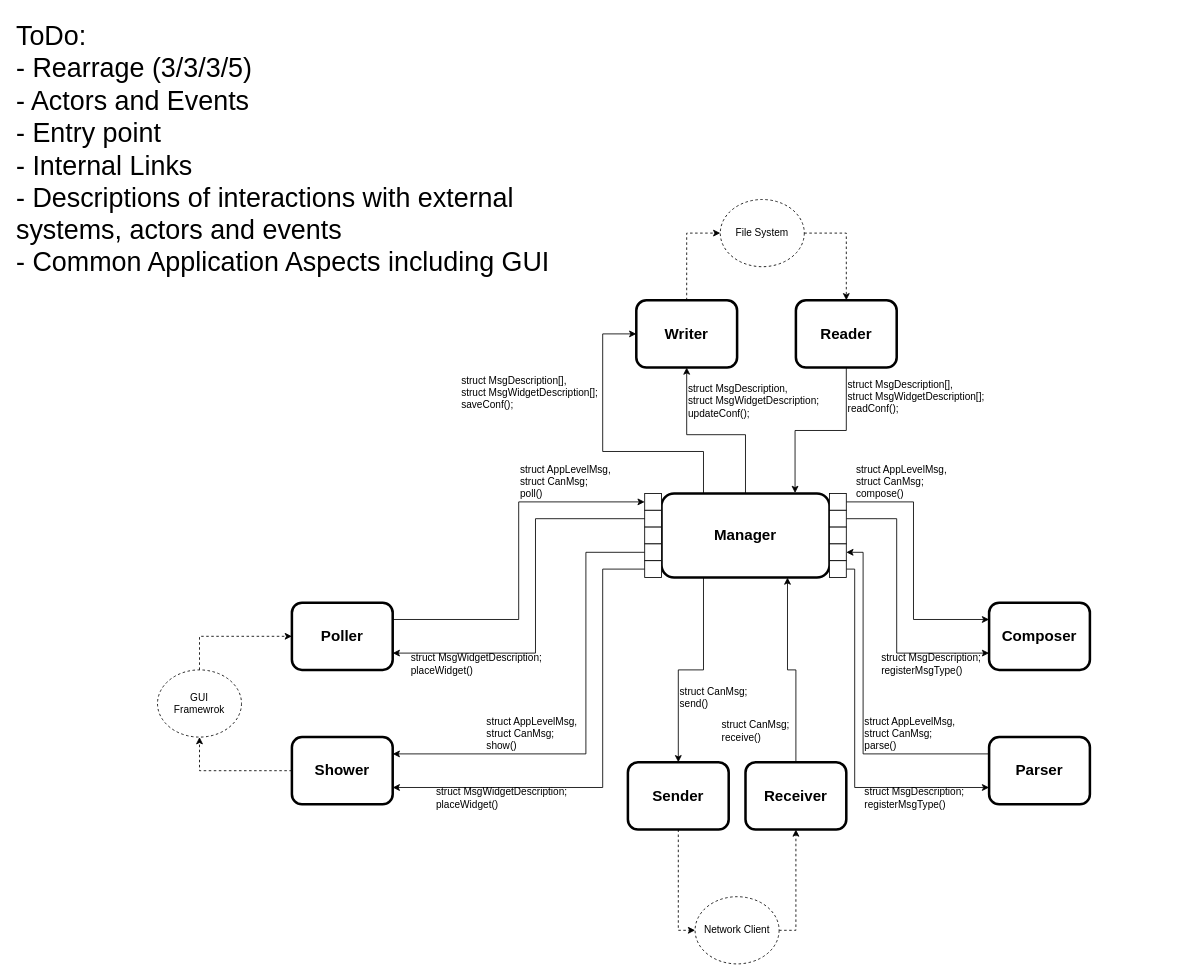
The draw.io diagram system_design/Low Level Diagram.drawio in davarabinovich/can_ciffer, before the edit. Source tidied: cells renumbered, new cells numbered last; positions are measured from the earlier drawing's top-left corner, leaving out a move shared by most shapes. Both pictures are drawn from the tidied source at 84%, with x=0, y=0 at pixel (14, 14).
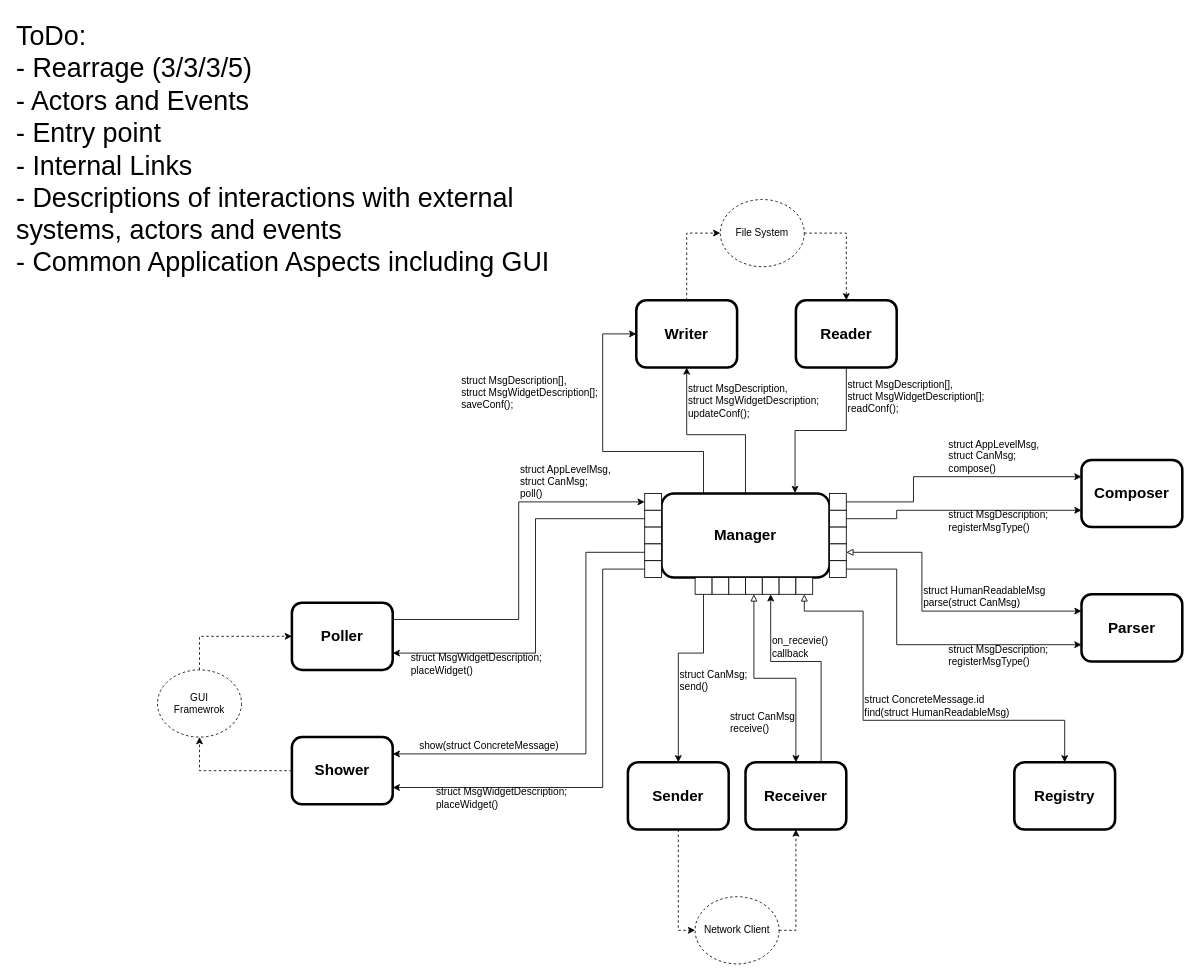
Above is the later version.

Commit message (it also covers changes not shown here):
Use cases list added. HL diagram beatufied. LL in progress.

The change refers to these unchanged cells:
```xml
<mxCell id="3" value="Sender" style="rounded=1;whiteSpace=wrap;html=1;strokeWidth=3;fontSize=18;fontStyle=1;" parent="1" vertex="1">
  <mxGeometry x="730" y="890" width="120" height="80" as="geometry" />
</mxCell>
<mxCell id="5" value="Receiver" style="rounded=1;whiteSpace=wrap;html=1;strokeWidth=3;fontSize=18;fontStyle=1;" parent="1" vertex="1">
  <mxGeometry x="870" y="890" width="120" height="80" as="geometry" />
</mxCell>
<mxCell id="22" value="Manager" style="rounded=1;whiteSpace=wrap;html=1;strokeWidth=3;fontSize=18;fontStyle=1;verticalAlign=middle;" parent="1" vertex="1">
  <mxGeometry x="770" y="570" width="200" height="100" as="geometry" />
</mxCell>
<mxCell id="24" style="rounded=0;whiteSpace=wrap;html=1;" parent="1" vertex="1">
  <mxGeometry x="970" y="570" width="20" height="20" as="geometry" />
</mxCell>
<mxCell id="26" style="rounded=0;whiteSpace=wrap;html=1;" parent="1" vertex="1">
  <mxGeometry x="970" y="590" width="20" height="20" as="geometry" />
</mxCell>
<mxCell id="28" style="rounded=0;whiteSpace=wrap;html=1;" parent="1" vertex="1">
  <mxGeometry x="970" y="630" width="20" height="20" as="geometry" />
</mxCell>
<mxCell id="30" style="rounded=0;whiteSpace=wrap;html=1;" parent="1" vertex="1">
  <mxGeometry x="970" y="650" width="20" height="20" as="geometry" />
</mxCell>
```

The edit, as a diff of the source:
```diff
@@
-    <mxCell id="4" style="edgeStyle=orthogonalEdgeStyle;rounded=0;jettySize=auto;html=1;exitX=0.5;exitY=0;exitDx=0;exitDy=0;entryX=0.75;entryY=1;entryDx=0;entryDy=0;" parent="1" edge="1" source="5" target="22">
+    <mxCell id="4" style="edgeStyle=orthogonalEdgeStyle;rounded=0;jettySize=auto;html=1;exitX=0.5;exitY=0;exitDx=0;exitDy=0;entryX=0.75;entryY=1;entryDx=0;entryDy=0;" parent="1" edge="1" source="64" target="22">
       <mxGeometry relative="1" as="geometry" />
     </mxCell>
+    <mxCell id="57" style="edgeStyle=orthogonalEdgeStyle;rounded=0;jettySize=auto;html=1;exitX=0.75;exitY=0;exitDx=0;exitDy=0;entryX=0.5;entryY=1;entryDx=0;entryDy=0;" parent="1" edge="1" source="5" target="62">
+      <mxGeometry relative="1" as="geometry">
+        <Array as="points">
+          <mxPoint x="960" y="770" />
+          <mxPoint x="900" y="770" />
+        </Array>
+      </mxGeometry>
+    </mxCell>
@@
     <mxCell id="6" value="Composer" style="rounded=1;whiteSpace=wrap;html=1;strokeWidth=3;fontSize=18;fontStyle=1;" parent="1" vertex="1">
-      <mxGeometry x="1160" y="700" width="120" height="80" as="geometry" />
+      <mxGeometry x="1270" y="530" width="120" height="80" as="geometry" />
     </mxCell>
-    <mxCell id="7" style="edgeStyle=orthogonalEdgeStyle;rounded=0;jettySize=auto;html=1;exitX=0;exitY=0.25;exitDx=0;exitDy=0;entryX=1;entryY=0.5;entryDx=0;entryDy=0;" parent="1" edge="1" source="8" target="28">
-      <mxGeometry relative="1" as="geometry">
-        <Array as="points">
-          <mxPoint x="1010" y="880" />
-          <mxPoint x="1010" y="640" />
-        </Array>
-      </mxGeometry>
-    </mxCell>
     <mxCell id="8" value="Parser" style="rounded=1;whiteSpace=wrap;html=1;strokeWidth=3;fontSize=18;fontStyle=1;" parent="1" vertex="1">
-      <mxGeometry x="1160" y="860" width="120" height="80" as="geometry" />
+      <mxGeometry x="1270" y="690" width="120" height="80" as="geometry" />
     </mxCell>
@@
     <mxCell id="17" style="edgeStyle=orthogonalEdgeStyle;rounded=0;jettySize=auto;html=1;entryX=0;entryY=0.25;entryDx=0;entryDy=0;exitX=1;exitY=0.5;exitDx=0;exitDy=0;" parent="1" edge="1" source="24" target="6">
       <mxGeometry relative="1" as="geometry">
         <Array as="points">
           <mxPoint x="1070" y="580" />
-          <mxPoint x="1070" y="720" />
+          <mxPoint x="1070" y="550" />
         </Array>
       </mxGeometry>
     </mxCell>
@@
-    <mxCell id="20" style="edgeStyle=orthogonalEdgeStyle;rounded=0;jettySize=auto;html=1;exitX=0.25;exitY=1;exitDx=0;exitDy=0;entryX=0.5;entryY=0;entryDx=0;entryDy=0;" parent="1" edge="1" source="22" target="3">
-      <mxGeometry relative="1" as="geometry" />
+    <mxCell id="20" style="edgeStyle=orthogonalEdgeStyle;rounded=0;jettySize=auto;html=1;exitX=0.5;exitY=1;exitDx=0;exitDy=0;entryX=0.5;entryY=0;entryDx=0;entryDy=0;" parent="1" edge="1" source="70" target="3">
+      <mxGeometry relative="1" as="geometry">
+        <Array as="points">
+          <mxPoint x="820" y="760" />
+          <mxPoint x="790" y="760" />
+        </Array>
+      </mxGeometry>
     </mxCell>
@@
     <mxCell id="25" style="edgeStyle=orthogonalEdgeStyle;rounded=0;jettySize=auto;html=1;exitX=1;exitY=0.5;exitDx=0;exitDy=0;entryX=0;entryY=0.75;entryDx=0;entryDy=0;" parent="1" edge="1" source="26" target="6">
       <mxGeometry relative="1" as="geometry">
         <Array as="points">
           <mxPoint x="1050" y="600" />
-          <mxPoint x="1050" y="760" />
+          <mxPoint x="1050" y="590" />
         </Array>
       </mxGeometry>
     </mxCell>
@@
+    <mxCell id="58" style="edgeStyle=orthogonalEdgeStyle;rounded=0;jettySize=auto;html=1;entryX=0;entryY=0.25;entryDx=0;entryDy=0;startArrow=block;startFill=0;" parent="1" edge="1" source="28" target="8">
+      <mxGeometry relative="1" as="geometry">
+        <Array as="points">
+          <mxPoint x="1080" y="640" />
+          <mxPoint x="1080" y="710" />
+        </Array>
+      </mxGeometry>
+    </mxCell>
@@
     <mxCell id="29" style="edgeStyle=orthogonalEdgeStyle;rounded=0;jettySize=auto;html=1;exitX=1;exitY=0.5;exitDx=0;exitDy=0;entryX=0;entryY=0.75;entryDx=0;entryDy=0;" parent="1" edge="1" source="30" target="8">
       <mxGeometry relative="1" as="geometry">
         <Array as="points">
-          <mxPoint x="1000" y="660" />
-          <mxPoint x="1000" y="920" />
+          <mxPoint x="1050" y="660" />
+          <mxPoint x="1050" y="750" />
         </Array>
       </mxGeometry>
     </mxCell>
@@
     <mxCell id="31" value="struct AppLevelMsg,&lt;div&gt;struct CanMsg;&lt;/div&gt;&lt;div&gt;&lt;span style=&quot;background-color: initial;&quot;&gt;compose()&lt;/span&gt;&lt;/div&gt;" style="text;html=1;align=left;verticalAlign=bottom;whiteSpace=wrap;rounded=0;" parent="1" vertex="1">
-      <mxGeometry x="1000" y="530" width="120" height="50" as="geometry" />
+      <mxGeometry x="1110" y="500" width="120" height="50" as="geometry" />
     </mxCell>
     <mxCell id="32" value="&lt;div&gt;struct MsgDescription;&lt;br&gt;&lt;/div&gt;&lt;div&gt;&lt;span style=&quot;background-color: initial;&quot;&gt;registerMsgType()&lt;/span&gt;&lt;br&gt;&lt;/div&gt;" style="text;html=1;align=left;verticalAlign=bottom;whiteSpace=wrap;rounded=0;" parent="1" vertex="1">
-      <mxGeometry x="1030" y="760" width="130" height="30" as="geometry" />
+      <mxGeometry x="1110" y="590" width="130" height="30" as="geometry" />
     </mxCell>
-    <mxCell id="33" value="struct AppLevelMsg,&lt;div&gt;struct CanMsg;&lt;/div&gt;&lt;div&gt;&lt;span style=&quot;background-color: initial;&quot;&gt;parse()&lt;/span&gt;&lt;/div&gt;" style="text;html=1;align=left;verticalAlign=bottom;whiteSpace=wrap;rounded=0;" parent="1" vertex="1">
-      <mxGeometry x="1010" y="830" width="120" height="50" as="geometry" />
+    <mxCell id="33" value="struct HumanReadableMsg&lt;div&gt;&lt;span style=&quot;background-color: initial;&quot;&gt;parse(&lt;/span&gt;&lt;span style=&quot;background-color: initial;&quot;&gt;struct CanMsg&lt;/span&gt;&lt;span style=&quot;background-color: initial;&quot;&gt;)&lt;/span&gt;&lt;/div&gt;" style="text;html=1;align=left;verticalAlign=bottom;whiteSpace=wrap;rounded=0;" parent="1" vertex="1">
+      <mxGeometry x="1080" y="680" width="150" height="30" as="geometry" />
     </mxCell>
     <mxCell id="34" value="&lt;div&gt;struct MsgDescription;&lt;br&gt;&lt;/div&gt;&lt;div&gt;&lt;span style=&quot;background-color: initial;&quot;&gt;registerMsgType()&lt;/span&gt;&lt;br&gt;&lt;/div&gt;" style="text;html=1;align=left;verticalAlign=bottom;whiteSpace=wrap;rounded=0;" parent="1" vertex="1">
-      <mxGeometry x="1010" y="920" width="130" height="30" as="geometry" />
+      <mxGeometry x="1110" y="750" width="130" height="30" as="geometry" />
     </mxCell>
@@
-    <mxCell id="44" value="&lt;div&gt;struct AppLevelMsg,&lt;div&gt;struct CanMsg;&lt;/div&gt;&lt;div&gt;&lt;span style=&quot;background-color: initial;&quot;&gt;show()&lt;/span&gt;&lt;/div&gt;&lt;/div&gt;" style="text;html=1;align=left;verticalAlign=bottom;whiteSpace=wrap;rounded=0;" parent="1" vertex="1">
-      <mxGeometry x="560" y="830" width="120" height="50" as="geometry" />
+    <mxCell id="44" value="&lt;div&gt;&lt;span style=&quot;background-color: initial;&quot;&gt;show(&lt;/span&gt;&lt;span style=&quot;background-color: initial;&quot;&gt;struct ConcreteMessage&lt;/span&gt;&lt;span style=&quot;background-color: initial;&quot;&gt;)&lt;/span&gt;&lt;/div&gt;" style="text;html=1;align=left;verticalAlign=bottom;whiteSpace=wrap;rounded=0;" parent="1" vertex="1">
+      <mxGeometry x="480" y="860" width="180" height="20" as="geometry" />
     </mxCell>
@@
     <mxCell id="48" value="&lt;div&gt;struct CanMsg;&lt;/div&gt;&lt;div&gt;&lt;span style=&quot;background-color: initial;&quot;&gt;send()&lt;/span&gt;&lt;/div&gt;" style="text;html=1;align=left;verticalAlign=bottom;whiteSpace=wrap;rounded=0;" parent="1" vertex="1">
-      <mxGeometry x="790" y="800" width="120" height="30" as="geometry" />
+      <mxGeometry x="790" y="780" width="90" height="30" as="geometry" />
     </mxCell>
-    <mxCell id="49" value="&lt;div&gt;struct CanMsg;&lt;/div&gt;&lt;div&gt;&lt;span style=&quot;background-color: initial;&quot;&gt;receive()&lt;/span&gt;&lt;/div&gt;" style="text;html=1;align=left;verticalAlign=bottom;whiteSpace=wrap;rounded=0;" parent="1" vertex="1">
-      <mxGeometry x="840" y="840" width="90" height="30" as="geometry" />
+    <mxCell id="49" value="&lt;div&gt;struct CanMsg&lt;/div&gt;&lt;div&gt;&lt;span style=&quot;background-color: initial;&quot;&gt;receive()&lt;/span&gt;&lt;/div&gt;" style="text;html=1;align=left;verticalAlign=bottom;whiteSpace=wrap;rounded=0;" parent="1" vertex="1">
+      <mxGeometry x="850" y="830" width="80" height="30" as="geometry" />
     </mxCell>
@@
+    <mxCell id="59" value="Registry" style="rounded=1;whiteSpace=wrap;html=1;strokeWidth=3;fontSize=18;fontStyle=1;" parent="1" vertex="1">
+      <mxGeometry x="1190" y="890" width="120" height="80" as="geometry" />
+    </mxCell>
+    <mxCell id="60" style="rounded=0;whiteSpace=wrap;html=1;" parent="1" vertex="1">
+      <mxGeometry x="850" y="670" width="20" height="20" as="geometry" />
+    </mxCell>
+    <mxCell id="61" style="rounded=0;whiteSpace=wrap;html=1;" parent="1" vertex="1">
+      <mxGeometry x="870" y="670" width="20" height="20" as="geometry" />
+    </mxCell>
+    <mxCell id="62" style="rounded=0;whiteSpace=wrap;html=1;" parent="1" vertex="1">
+      <mxGeometry x="890" y="670" width="20" height="20" as="geometry" />
+    </mxCell>
+    <mxCell id="63" style="edgeStyle=orthogonalEdgeStyle;rounded=0;jettySize=auto;html=1;exitX=0.5;exitY=1;exitDx=0;exitDy=0;entryX=0.5;entryY=0;entryDx=0;entryDy=0;startArrow=block;startFill=0;" parent="1" edge="1" source="61" target="5">
+      <mxGeometry relative="1" as="geometry" />
+    </mxCell>
+    <mxCell id="64" style="rounded=0;whiteSpace=wrap;html=1;" parent="1" vertex="1">
+      <mxGeometry x="910" y="670" width="20" height="20" as="geometry" />
+    </mxCell>
+    <mxCell id="65" style="edgeStyle=orthogonalEdgeStyle;rounded=0;jettySize=auto;html=1;exitX=0.5;exitY=1;exitDx=0;exitDy=0;startArrow=block;startFill=0;" parent="1" edge="1" source="66" target="59">
+      <mxGeometry relative="1" as="geometry">
+        <Array as="points">
+          <mxPoint x="940" y="710" />
+          <mxPoint x="1010" y="710" />
+          <mxPoint x="1010" y="840" />
+          <mxPoint x="1250" y="840" />
+        </Array>
+      </mxGeometry>
+    </mxCell>
+    <mxCell id="66" style="rounded=0;whiteSpace=wrap;html=1;" parent="1" vertex="1">
+      <mxGeometry x="930" y="670" width="20" height="20" as="geometry" />
+    </mxCell>
+    <mxCell id="67" value="on_recevie() callback" style="text;html=1;align=left;verticalAlign=bottom;whiteSpace=wrap;rounded=0;" parent="1" vertex="1">
+      <mxGeometry x="900" y="740" width="90" height="30" as="geometry" />
+    </mxCell>
+    <mxCell id="68" style="rounded=0;whiteSpace=wrap;html=1;" parent="1" vertex="1">
+      <mxGeometry x="830" y="670" width="20" height="20" as="geometry" />
+    </mxCell>
+    <mxCell id="69" style="edgeStyle=orthogonalEdgeStyle;rounded=0;jettySize=auto;html=1;exitX=0.25;exitY=1;exitDx=0;exitDy=0;entryX=0.5;entryY=0;entryDx=0;entryDy=0;" parent="1" edge="1" source="22" target="70">
+      <mxGeometry relative="1" as="geometry" />
+    </mxCell>
+    <mxCell id="70" style="rounded=0;whiteSpace=wrap;html=1;" parent="1" vertex="1">
+      <mxGeometry x="810" y="670" width="20" height="20" as="geometry" />
+    </mxCell>
+    <mxCell id="71" value="struct ConcreteMessage.id&lt;div&gt;&lt;span style=&quot;background-color: initial;&quot;&gt;find(&lt;/span&gt;struct HumanReadableMsg&lt;span style=&quot;background-color: initial;&quot;&gt;)&lt;/span&gt;&lt;/div&gt;" style="text;html=1;align=left;verticalAlign=bottom;whiteSpace=wrap;rounded=0;" parent="1" vertex="1">
+      <mxGeometry x="1010" y="810" width="180" height="30" as="geometry" />
+    </mxCell>
```
